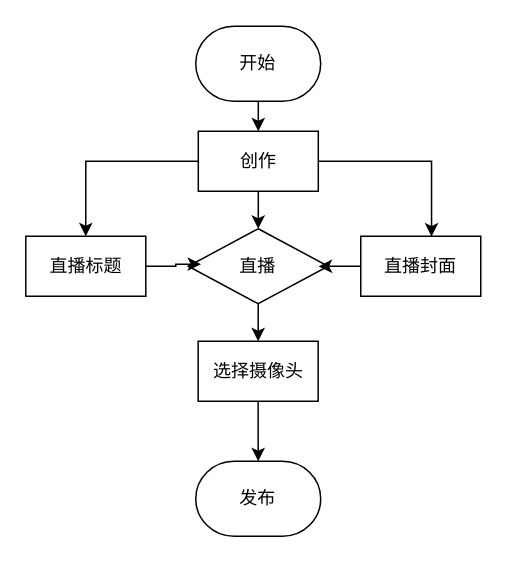
Above: 直播流程图.drawio in aecesr/BookOnline2 (draw.io), before the change. Source tidied: cells renumbered, new cells numbered last; positions are measured from the earlier drawing's top-left corner, leaving out a move shared by most shapes. Both pictures are drawn from the tidied source at 150%, with x=0, y=0 at pixel (26, 26).
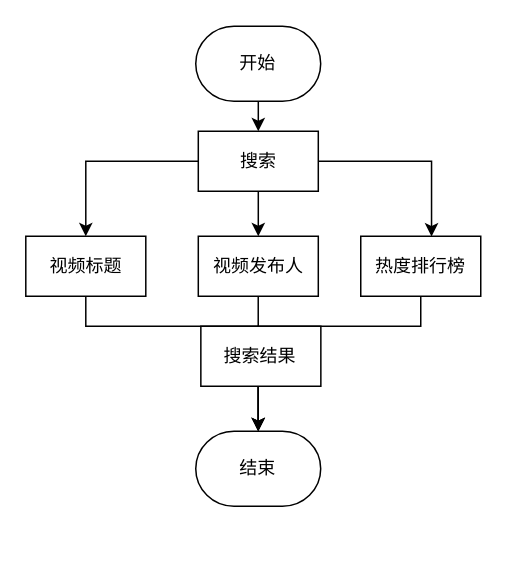
The same diagram, later.

Commit message (it also covers changes not shown here):
更新直播流程图.drawio

Diff of the diagram source:
```diff
@@
 <mxGraphModel>
   <root>
     <mxCell id="0" />
     <mxCell id="1" parent="0" />
     <mxCell id="2" style="edgeStyle=orthogonalEdgeStyle;rounded=0;jettySize=auto;html=1;entryX=0.5;entryY=0;entryDx=0;entryDy=0;" parent="1" edge="1" source="3" target="7">
       <mxGeometry relative="1" as="geometry" />
     </mxCell>
     <mxCell id="3" value="开始" style="strokeWidth=1;html=1;shape=mxgraph.flowchart.terminator;whiteSpace=wrap;" parent="1" vertex="1">
       <mxGeometry x="113" width="83.3" height="50" as="geometry" />
     </mxCell>
-    <mxCell id="4" style="edgeStyle=orthogonalEdgeStyle;rounded=0;jettySize=auto;html=1;entryX=0.5;entryY=0;entryDx=0;entryDy=0;entryPerimeter=0;" parent="1" edge="1" source="7" target="9">
-      <mxGeometry relative="1" as="geometry" />
-    </mxCell>
-    <mxCell id="5" style="edgeStyle=orthogonalEdgeStyle;rounded=0;jettySize=auto;html=1;entryX=0.5;entryY=0;entryDx=0;entryDy=0;" parent="1" edge="1" source="7" target="13">
-      <mxGeometry relative="1" as="geometry" />
-    </mxCell>
     <mxCell id="6" style="edgeStyle=orthogonalEdgeStyle;rounded=0;jettySize=auto;html=1;entryX=0.59;entryY=0.005;entryDx=0;entryDy=0;entryPerimeter=0;" parent="1" edge="1" source="7" target="16">
       <mxGeometry relative="1" as="geometry" />
     </mxCell>
+    <mxCell id="17" style="edgeStyle=orthogonalEdgeStyle;rounded=0;jettySize=auto;html=1;entryX=0.5;entryY=0;entryDx=0;entryDy=0;" parent="1" edge="1" source="7" target="21">
+      <mxGeometry relative="1" as="geometry" />
+    </mxCell>
+    <mxCell id="18" style="edgeStyle=orthogonalEdgeStyle;rounded=0;jettySize=auto;html=1;entryX=0.5;entryY=0;entryDx=0;entryDy=0;" parent="1" edge="1" source="7" target="23">
+      <mxGeometry relative="1" as="geometry" />
+    </mxCell>
-    <mxCell id="7" value="创作" style="rounded=0;whiteSpace=wrap;html=1;" parent="1" vertex="1">
+    <mxCell id="7" value="搜索" style="rounded=0;whiteSpace=wrap;html=1;" parent="1" vertex="1">
       <mxGeometry x="114.7" y="70" width="80" height="40" as="geometry" />
     </mxCell>
-    <mxCell id="8" style="edgeStyle=orthogonalEdgeStyle;rounded=0;jettySize=auto;html=1;exitX=0.5;exitY=1;exitDx=0;exitDy=0;exitPerimeter=0;entryX=0.5;entryY=0;entryDx=0;entryDy=0;" parent="1" edge="1" source="9" target="11">
-      <mxGeometry relative="1" as="geometry" />
-    </mxCell>
-    <mxCell id="9" value="直播" style="strokeWidth=1;html=1;shape=mxgraph.flowchart.decision;whiteSpace=wrap;" parent="1" vertex="1">
-      <mxGeometry x="108" y="135" width="93.3" height="50" as="geometry" />
-    </mxCell>
-    <mxCell id="10" style="edgeStyle=orthogonalEdgeStyle;rounded=0;jettySize=auto;html=1;entryX=0.5;entryY=0;entryDx=0;entryDy=0;entryPerimeter=0;" parent="1" edge="1" source="11" target="14">
-      <mxGeometry relative="1" as="geometry" />
-    </mxCell>
-    <mxCell id="11" value="选择摄像头" style="rounded=0;whiteSpace=wrap;html=1;" parent="1" vertex="1">
-      <mxGeometry x="114.6" y="210" width="80" height="40" as="geometry" />
-    </mxCell>
-    <mxCell id="12" style="edgeStyle=orthogonalEdgeStyle;rounded=0;jettySize=auto;html=1;entryX=0.092;entryY=0.472;entryDx=0;entryDy=0;entryPerimeter=0;" parent="1" edge="1" source="13" target="9">
-      <mxGeometry relative="1" as="geometry" />
-    </mxCell>
-    <mxCell id="13" value="直播标题" style="rounded=0;whiteSpace=wrap;html=1;" parent="1" vertex="1">
-      <mxGeometry x="-0.3" y="140" width="80" height="40" as="geometry" />
-    </mxCell>
-    <mxCell id="14" value="发布" style="strokeWidth=1;html=1;shape=mxgraph.flowchart.terminator;whiteSpace=wrap;" parent="1" vertex="1">
-      <mxGeometry x="113" y="290" width="83.3" height="50" as="geometry" />
+    <mxCell id="14" value="结束" style="strokeWidth=1;html=1;shape=mxgraph.flowchart.terminator;whiteSpace=wrap;" parent="1" vertex="1">
+      <mxGeometry x="113" y="270" width="83.3" height="50" as="geometry" />
     </mxCell>
-    <mxCell id="15" style="edgeStyle=orthogonalEdgeStyle;rounded=0;jettySize=auto;html=1;entryX=0.932;entryY=0.504;entryDx=0;entryDy=0;entryPerimeter=0;" parent="1" edge="1" source="16" target="9">
-      <mxGeometry relative="1" as="geometry" />
-    </mxCell>
+    <mxCell id="19" style="edgeStyle=orthogonalEdgeStyle;rounded=0;jettySize=auto;html=1;entryX=0.5;entryY=0;entryDx=0;entryDy=0;entryPerimeter=0;" parent="1" edge="1" source="16" target="14">
+      <mxGeometry relative="1" as="geometry">
+        <Array as="points">
+          <mxPoint x="262.7" y="200" />
+          <mxPoint x="154.7" y="200" />
+        </Array>
+      </mxGeometry>
+    </mxCell>
-    <mxCell id="16" value="直播封面" style="rounded=0;whiteSpace=wrap;html=1;" parent="1" vertex="1">
+    <mxCell id="16" value="热度排行榜" style="rounded=0;whiteSpace=wrap;html=1;" parent="1" vertex="1">
       <mxGeometry x="223" y="140" width="80" height="40" as="geometry" />
     </mxCell>
+    <mxCell id="20" style="edgeStyle=orthogonalEdgeStyle;rounded=0;jettySize=auto;html=1;entryX=0.5;entryY=0;entryDx=0;entryDy=0;entryPerimeter=0;" parent="1" edge="1" source="21" target="14">
+      <mxGeometry relative="1" as="geometry" />
+    </mxCell>
+    <mxCell id="21" value="视频发布人" style="rounded=0;whiteSpace=wrap;html=1;" parent="1" vertex="1">
+      <mxGeometry x="114.7" y="140" width="80" height="40" as="geometry" />
+    </mxCell>
+    <mxCell id="22" style="edgeStyle=orthogonalEdgeStyle;rounded=0;jettySize=auto;html=1;entryX=0.5;entryY=0;entryDx=0;entryDy=0;entryPerimeter=0;" parent="1" edge="1" source="23" target="14">
+      <mxGeometry relative="1" as="geometry">
+        <Array as="points">
+          <mxPoint x="39.7" y="200" />
+          <mxPoint x="154.7" y="200" />
+        </Array>
+      </mxGeometry>
+    </mxCell>
+    <mxCell id="23" value="视频标题" style="rounded=0;whiteSpace=wrap;html=1;" parent="1" vertex="1">
+      <mxGeometry x="-0.3" y="140" width="80" height="40" as="geometry" />
+    </mxCell>
+    <mxCell id="24" value="搜索结果" style="rounded=0;whiteSpace=wrap;html=1;" parent="1" vertex="1">
+      <mxGeometry x="116.4" y="200" width="80" height="40" as="geometry" />
+    </mxCell>
   </root>
 </mxGraphModel>
```
